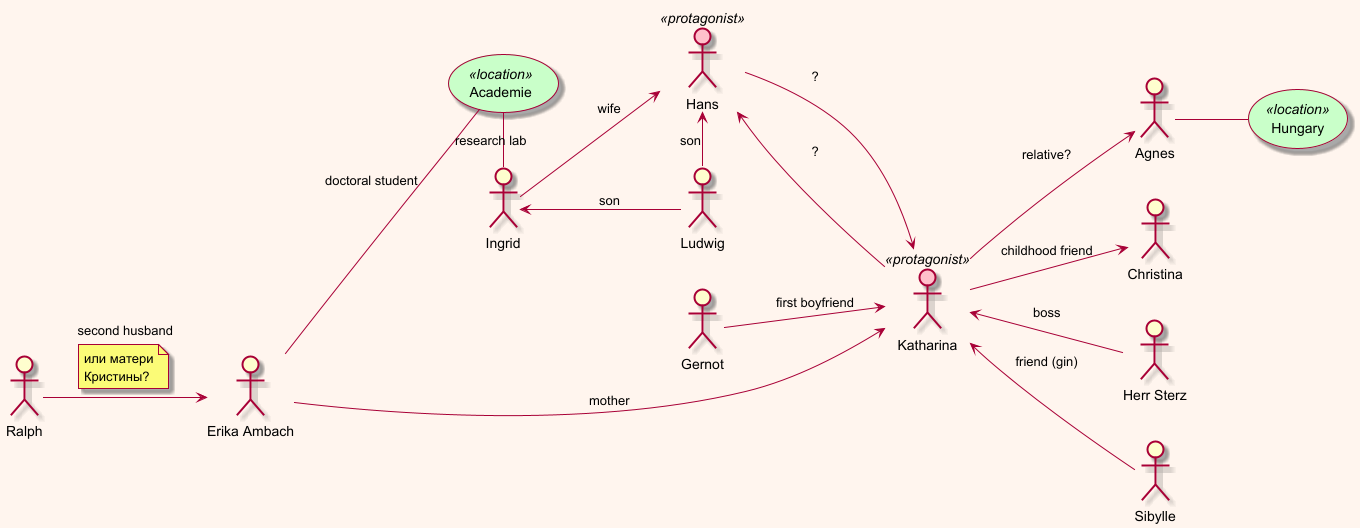
Above: Kairos/kairos.png in olek3/reading (PlantUML), before the change.
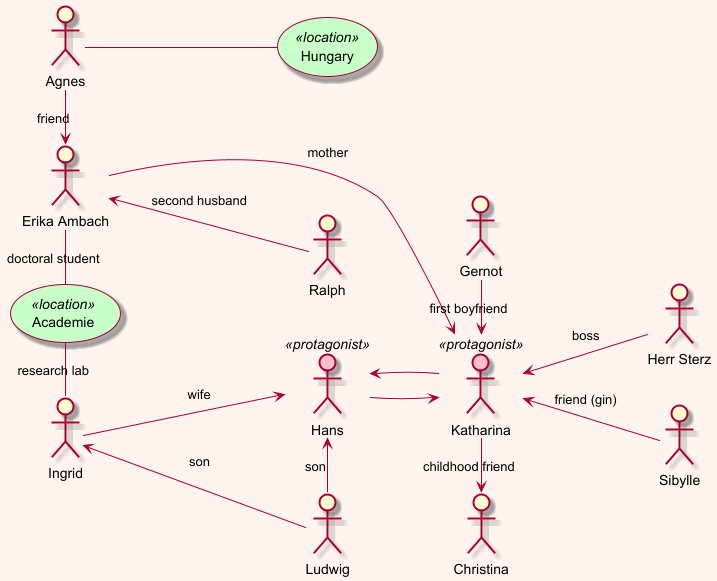
After the commit.

Commit message:
сняты сомнения в Ральфе, some rearrangement

The edit, as a diff of the source:
```diff
@@ -9,8 +9,8 @@
 
 actor Hans as hans <<protagonist>>
 
-kat --> hans : ?
-hans --> kat : ?
+kat --> hans
+hans --> kat
 
 
 
@@ -20,7 +20,7 @@
 
 (Academie) as academy <<location>>
 
-erika -- academy : doctoral student
+erika - academy : doctoral student
 
 :Ingrid: as wife
 
@@ -33,18 +33,17 @@
 hans <- ludwig  : son
 wife <-- ludwig  : son
 
-:Gernot: --> kat : first boyfriend
+:Gernot: -> kat : first boyfriend
 
 (Hungary) as hun <<location>>
 
 :Agnes: -- hun
 
-kat --> :Agnes: : relative?
+:Agnes: -> erika : friend
 
-kat --> :Christina: : childhood friend
+kat -> :Christina: : childhood friend
 
-:Ralph: --> erika : second husband
-note on link : или матери Кристины?
+ erika <-- :Ralph: : second husband
 
 :Herr Sterz: as boss
 
```
